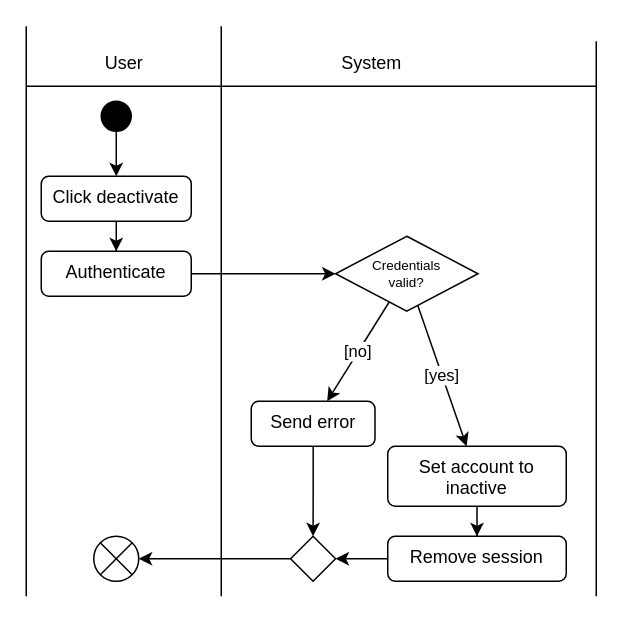
The draw.io diagram media/activity-diagrams/src/signup.drawio in replic-read/requirements, before the edit. Source tidied: cells renumbered, new cells numbered last; positions are measured from the earlier drawing's top-left corner, leaving out a move shared by most shapes. Both pictures are drawn from the tidied source at 150%, with x=0, y=0 at pixel (26, 26).
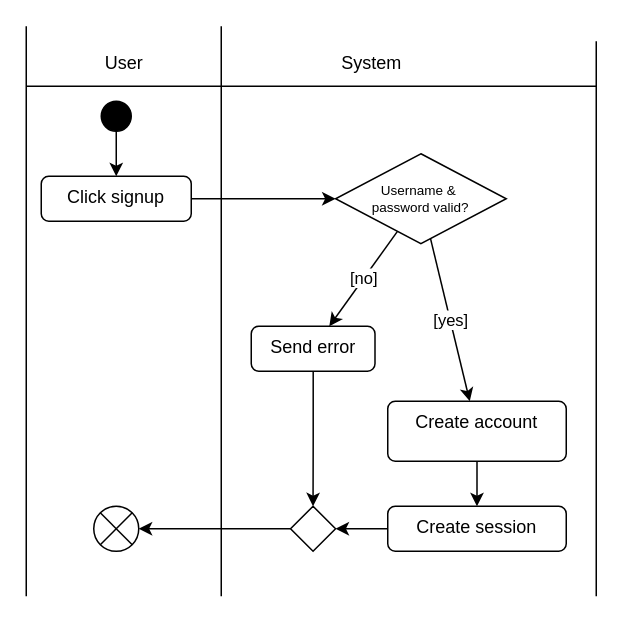
The same diagram, later.

Commit message (it also covers changes not shown here):
Fixed names of signup/deactivate activity diagrams and removed deactivate

Change to the diagram source:
```diff
@@
-    <mxCell id="10" style="edgeStyle=orthogonalEdgeStyle;rounded=0;jettySize=auto;html=1;" parent="1" edge="1" source="11" target="23">
-      <mxGeometry relative="1" as="geometry" />
-    </mxCell>
+    <mxCell id="26" style="edgeStyle=orthogonalEdgeStyle;rounded=0;jettySize=auto;html=1;" parent="1" edge="1" source="11" target="14">
+      <mxGeometry relative="1" as="geometry" />
+    </mxCell>
-    <mxCell id="11" value="Click deactivate" style="html=1;align=center;verticalAlign=top;rounded=1;absoluteArcSize=1;arcSize=10;dashed=0;whiteSpace=wrap;" parent="1" vertex="1">
+    <mxCell id="11" value="Click signup" style="html=1;align=center;verticalAlign=top;rounded=1;absoluteArcSize=1;arcSize=10;dashed=0;whiteSpace=wrap;" parent="1" vertex="1">
       <mxGeometry x="10" y="100" width="100" height="30" as="geometry" />
     </mxCell>
@@
-    <mxCell id="14" value="Credentials&#10;valid?" style="rhombus;fontSize=9;" parent="1" vertex="1">
-      <mxGeometry x="206.2" y="140" width="95" height="50" as="geometry" />
+    <mxCell id="14" value="Username &amp; &#10;password valid?" style="rhombus;fontSize=9;" parent="1" vertex="1">
+      <mxGeometry x="206.2" y="85" width="113.8" height="60" as="geometry" />
     </mxCell>
@@
     <mxCell id="16" value="Send error" style="html=1;align=center;verticalAlign=top;rounded=1;absoluteArcSize=1;arcSize=10;dashed=0;whiteSpace=wrap;" parent="1" vertex="1">
-      <mxGeometry x="150" y="250" width="82.5" height="30" as="geometry" />
+      <mxGeometry x="150" y="200" width="82.5" height="30" as="geometry" />
     </mxCell>
@@
-    <mxCell id="18" value="Set account to inactive" style="html=1;align=center;verticalAlign=top;rounded=1;absoluteArcSize=1;arcSize=10;dashed=0;whiteSpace=wrap;" parent="1" vertex="1">
-      <mxGeometry x="241" y="280" width="119" height="40" as="geometry" />
+    <mxCell id="18" value="Create account" style="html=1;align=center;verticalAlign=top;rounded=1;absoluteArcSize=1;arcSize=10;dashed=0;whiteSpace=wrap;" parent="1" vertex="1">
+      <mxGeometry x="241" y="250" width="119" height="40" as="geometry" />
     </mxCell>
     <mxCell id="19" style="shape=sumEllipse;perimeter=ellipsePerimeter;html=1;backgroundOutline=1;" parent="1" vertex="1">
-      <mxGeometry x="45" y="340" width="30" height="30" as="geometry" />
+      <mxGeometry x="45" y="320" width="30" height="30" as="geometry" />
     </mxCell>
@@
     <mxCell id="21" style="rhombus;" parent="1" vertex="1">
-      <mxGeometry x="176.2" y="340" width="30" height="30" as="geometry" />
+      <mxGeometry x="176.2" y="320" width="30" height="30" as="geometry" />
     </mxCell>
-    <mxCell id="22" style="edgeStyle=orthogonalEdgeStyle;rounded=0;jettySize=auto;html=1;" parent="1" edge="1" source="23" target="14">
-      <mxGeometry relative="1" as="geometry" />
-    </mxCell>
-    <mxCell id="23" value="Authenticate" style="html=1;align=center;verticalAlign=top;rounded=1;absoluteArcSize=1;arcSize=10;dashed=0;whiteSpace=wrap;" parent="1" vertex="1">
-      <mxGeometry x="10" y="150" width="100" height="30" as="geometry" />
-    </mxCell>
@@
-    <mxCell id="25" value="Remove session" style="html=1;align=center;verticalAlign=top;rounded=1;absoluteArcSize=1;arcSize=10;dashed=0;whiteSpace=wrap;" parent="1" vertex="1">
-      <mxGeometry x="241" y="340" width="119" height="30" as="geometry" />
+    <mxCell id="25" value="Create session" style="html=1;align=center;verticalAlign=top;rounded=1;absoluteArcSize=1;arcSize=10;dashed=0;whiteSpace=wrap;" parent="1" vertex="1">
+      <mxGeometry x="241" y="320" width="119" height="30" as="geometry" />
     </mxCell>
```
